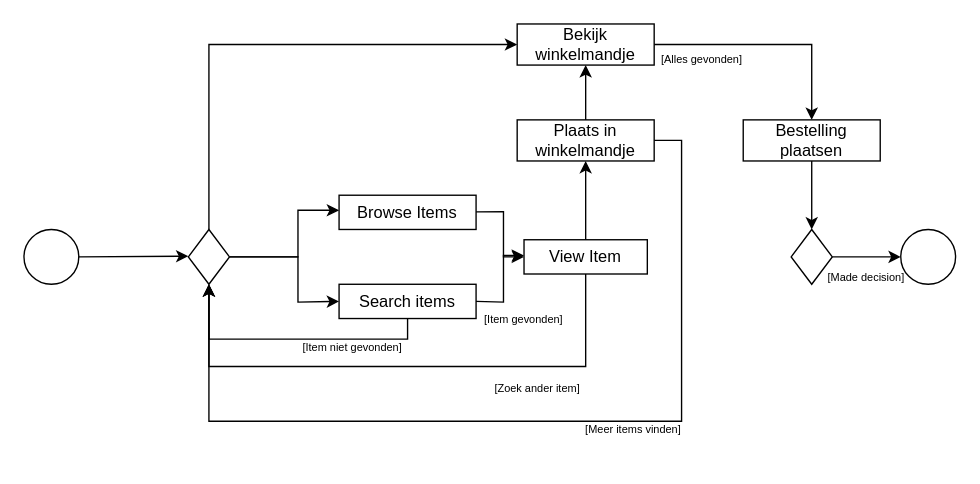
The draw.io diagram docs/diagrams/Activity diagram - Customer journey.drawio in YoungSilent/nerdy_gadgets, before the edit. Source tidied: cells renumbered, new cells numbered last; positions are measured from the earlier drawing's top-left corner, leaving out a move shared by most shapes. Both pictures are drawn from the tidied source at 137%, with x=0, y=0 at pixel (23, 23).
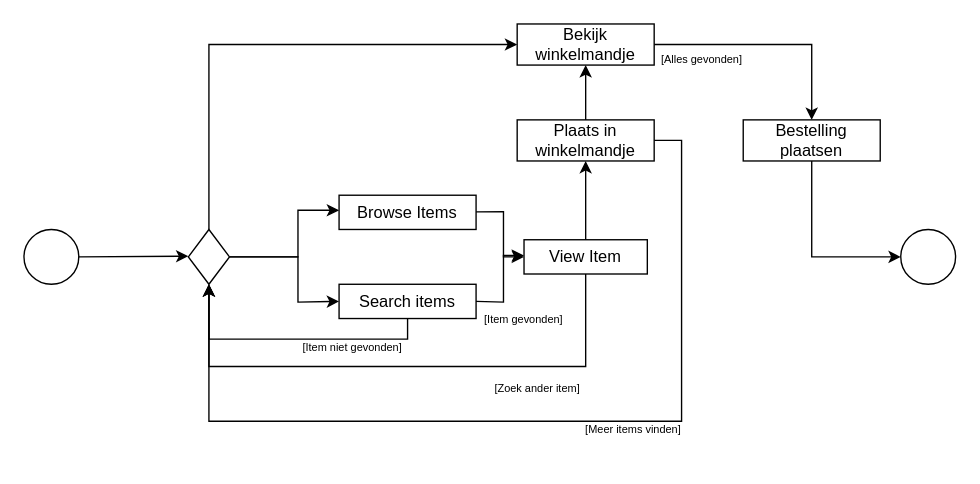
After the change.

The change refers to these unchanged cells:
```xml
<mxCell id="6" style="ellipse;whiteSpace=wrap;html=1;" parent="1" vertex="1">
  <mxGeometry x="640" y="150" width="40" height="40" as="geometry" />
</mxCell>
<mxCell id="22" value="Bestelling plaatsen" style="rounded=0;whiteSpace=wrap;html=1;" parent="1" vertex="1">
  <mxGeometry x="525" y="70" width="100" height="30" as="geometry" />
</mxCell>
```

Change to the diagram source:
```diff
@@
-    <mxCell id="5" style="endArrow=classic;html=1;rounded=0;entryX=0;entryY=0.5;entryDx=0;entryDy=0;exitX=1;exitY=0.5;exitDx=0;exitDy=0;" parent="1" edge="1" source="7" target="6">
-      <mxGeometry relative="1" as="geometry" />
-    </mxCell>
@@
-    <mxCell id="7" style="rhombus;whiteSpace=wrap;html=1;" parent="1" vertex="1">
-      <mxGeometry x="560" y="150" width="30" height="40" as="geometry" />
-    </mxCell>
@@
-    <mxCell id="13" value="[Made decision]" style="text;html=1;strokeColor=none;fillColor=none;align=center;verticalAlign=middle;whiteSpace=wrap;rounded=0;fontSize=8;" parent="1" vertex="1">
-      <mxGeometry x="570" y="170" width="90" height="30" as="geometry" />
-    </mxCell>
@@
-    <mxCell id="23" style="endArrow=classic;html=1;rounded=0;entryX=0.5;entryY=0;entryDx=0;entryDy=0;exitX=0.5;exitY=1;exitDx=0;exitDy=0;" parent="1" edge="1" source="22" target="7">
-      <mxGeometry relative="1" as="geometry" />
+    <mxCell id="23" style="endArrow=classic;html=1;rounded=0;entryX=0;entryY=0.5;entryDx=0;entryDy=0;exitX=0.5;exitY=1;exitDx=0;exitDy=0;" parent="1" edge="1" source="22" target="6">
+      <mxGeometry relative="1" as="geometry">
+        <Array as="points">
+          <mxPoint x="575" y="170" />
+        </Array>
+      </mxGeometry>
     </mxCell>
```
